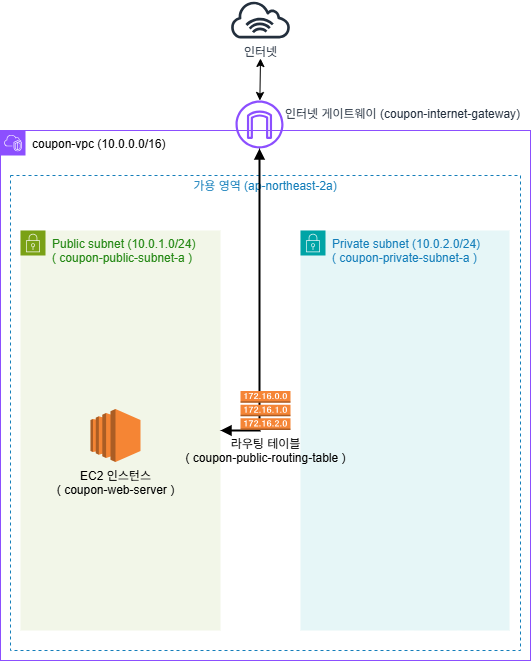
Above: aws-architecture-basic.drawio.png in tngh4037/aws-practice (draw.io), before the change. Source tidied: cells renumbered, new cells last; positions are measured from the earlier drawing's top-left corner, leaving out a move shared by most shapes. The source it was exported from:
```xml
<mxGraphModel>
  <root>
    <mxCell id="0" />
    <mxCell id="1" parent="0" />
    <mxCell id="2" value="&lt;font style=&quot;color: rgb(4, 4, 4);&quot;&gt;coupon-vpc (10.0.0.0/16)&lt;/font&gt;" style="gradientColor=none;html=1;whiteSpace=wrap;fontSize=12;fontStyle=0;shape=mxgraph.aws4.group;grIcon=mxgraph.aws4.group_vpc2;strokeColor=#8C4FFF;fillColor=none;verticalAlign=top;align=left;spacingLeft=30;fontColor=#AAB7B8;dashed=0;" parent="1" vertex="1">
      <mxGeometry y="130" width="530" height="530" as="geometry" />
    </mxCell>
    <mxCell id="3" value="가용 영역 (ap-northeast-2a)" style="fillColor=none;strokeColor=#147EBA;dashed=1;verticalAlign=bottom;fontStyle=0;fontColor=#147EBA;whiteSpace=wrap;html=1;labelPosition=center;verticalLabelPosition=top;align=center;spacingBottom=-20;" parent="2" vertex="1">
      <mxGeometry x="10" y="45" width="510" height="475" as="geometry" />
    </mxCell>
    <mxCell id="4" value="Public subnet (10.0.1.0/24)&lt;div&gt;( coupon-public-subnet-a )&lt;/div&gt;" style="points=[[0,0],[0.25,0],[0.5,0],[0.75,0],[1,0],[1,0.25],[1,0.5],[1,0.75],[1,1],[0.75,1],[0.5,1],[0.25,1],[0,1],[0,0.75],[0,0.5],[0,0.25]];outlineConnect=0;gradientColor=none;html=1;whiteSpace=wrap;fontSize=12;fontStyle=0;shape=mxgraph.aws4.group;grIcon=mxgraph.aws4.group_security_group;grStroke=0;strokeColor=#7AA116;fillColor=#F2F6E8;verticalAlign=top;align=left;spacingLeft=30;fontColor=#248814;dashed=0;" parent="2" vertex="1">
      <mxGeometry x="20" y="100" width="200" height="400" as="geometry" />
    </mxCell>
    <mxCell id="5" value="EC2 인스턴스&lt;div&gt;( coupon-web-server )&lt;/div&gt;" style="outlineConnect=0;dashed=0;verticalLabelPosition=bottom;verticalAlign=top;align=center;html=1;shape=mxgraph.aws3.ec2;fillColor=#F58534;gradientColor=none;" parent="4" vertex="1">
      <mxGeometry x="70" y="178.5" width="50" height="53" as="geometry" />
    </mxCell>
    <mxCell id="6" value="인터넷 게이트웨이 (coupon-internet-gateway)" style="sketch=0;outlineConnect=0;fontColor=#232F3E;gradientColor=none;fillColor=#8C4FFF;strokeColor=none;dashed=0;verticalLabelPosition=top;verticalAlign=bottom;align=left;html=1;fontSize=12;fontStyle=0;shape=mxgraph.aws4.internet_gateway;labelPosition=right;spacingRight=0;spacing=2;spacingBottom=-23;" parent="2" vertex="1">
      <mxGeometry x="235" y="-30" width="48" height="48" as="geometry" />
    </mxCell>
    <mxCell id="7" style="html=1;labelBackgroundColor=#ffffff;jettySize=auto;fontSize=14;rounded=0;jumpStyle=gap;edgeStyle=orthogonalEdgeStyle;startArrow=block;endArrow=block;strokeWidth=2;startFill=1;endFill=1;exitX=1;exitY=0.5;exitDx=0;exitDy=0;" parent="2" edge="1" source="4" target="6">
      <mxGeometry relative="1" as="geometry" />
    </mxCell>
    <mxCell id="8" value="Private subnet (10.0.2.0/24)&lt;br&gt;( coupon-private-subnet-a )" style="gradientColor=none;html=1;whiteSpace=wrap;fontSize=12;fontStyle=0;shape=mxgraph.aws4.group;grIcon=mxgraph.aws4.group_security_group;grStroke=0;strokeColor=#00A4A6;fillColor=#E6F6F7;verticalAlign=top;align=left;spacingLeft=30;fontColor=#147EBA;dashed=0;" parent="2" vertex="1">
      <mxGeometry x="300" y="100" width="209" height="400" as="geometry" />
    </mxCell>
    <mxCell id="9" value="라우팅 테이블&lt;br&gt;( coupon-public-routing-table )" style="outlineConnect=0;dashed=0;verticalLabelPosition=bottom;verticalAlign=top;align=center;html=1;shape=mxgraph.aws3.route_table;fillColor=#F58536;gradientColor=none;" parent="2" vertex="1">
      <mxGeometry x="240" y="260.5" width="50" height="39" as="geometry" />
    </mxCell>
    <mxCell id="10" value="인터넷" style="sketch=0;outlineConnect=0;fontColor=#232F3E;gradientColor=none;fillColor=#232F3D;strokeColor=none;dashed=0;verticalLabelPosition=bottom;verticalAlign=top;align=center;html=1;fontSize=12;fontStyle=0;shape=mxgraph.aws4.internet_alt1;" parent="1" vertex="1">
      <mxGeometry x="229.1" width="61.8" height="38" as="geometry" />
    </mxCell>
    <mxCell id="11" style="endArrow=classic;startArrow=classic;html=1;rounded=0;" parent="1" edge="1" source="6">
      <mxGeometry relative="1" as="geometry">
        <mxPoint x="260" y="58" as="targetPoint" />
      </mxGeometry>
    </mxCell>
  </root>
</mxGraphModel>
```
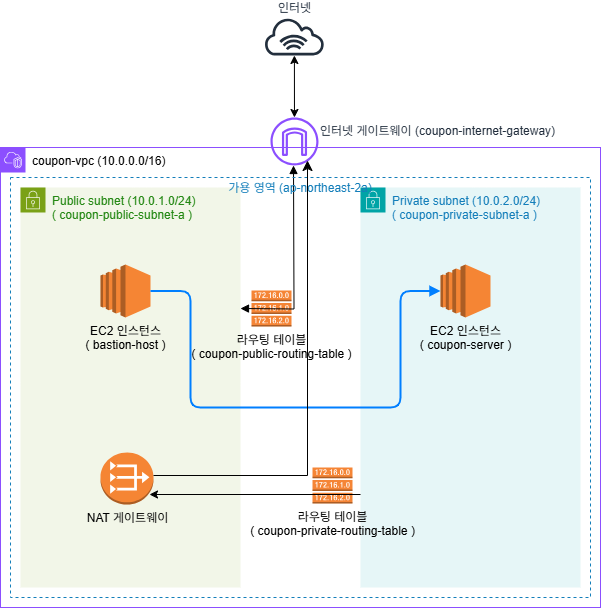
Later version of the same file.

Change to the diagram source:
```diff
@@ -3,36 +3,77 @@
     <mxCell id="0" />
     <mxCell id="1" parent="0" />
     <mxCell id="2" value="&lt;font style=&quot;color: rgb(4, 4, 4);&quot;&gt;coupon-vpc (10.0.0.0/16)&lt;/font&gt;" style="gradientColor=none;html=1;whiteSpace=wrap;fontSize=12;fontStyle=0;shape=mxgraph.aws4.group;grIcon=mxgraph.aws4.group_vpc2;strokeColor=#8C4FFF;fillColor=none;verticalAlign=top;align=left;spacingLeft=30;fontColor=#AAB7B8;dashed=0;" parent="1" vertex="1">
-      <mxGeometry y="130" width="530" height="530" as="geometry" />
+      <mxGeometry x="-29" y="130" width="600" height="460" as="geometry" />
     </mxCell>
-    <mxCell id="3" value="가용 영역 (ap-northeast-2a)" style="fillColor=none;strokeColor=#147EBA;dashed=1;verticalAlign=bottom;fontStyle=0;fontColor=#147EBA;whiteSpace=wrap;html=1;labelPosition=center;verticalLabelPosition=top;align=center;spacingBottom=-20;" parent="2" vertex="1">
-      <mxGeometry x="10" y="45" width="510" height="475" as="geometry" />
-    </mxCell>
     <mxCell id="4" value="Public subnet (10.0.1.0/24)&lt;div&gt;( coupon-public-subnet-a )&lt;/div&gt;" style="points=[[0,0],[0.25,0],[0.5,0],[0.75,0],[1,0],[1,0.25],[1,0.5],[1,0.75],[1,1],[0.75,1],[0.5,1],[0.25,1],[0,1],[0,0.75],[0,0.5],[0,0.25]];outlineConnect=0;gradientColor=none;html=1;whiteSpace=wrap;fontSize=12;fontStyle=0;shape=mxgraph.aws4.group;grIcon=mxgraph.aws4.group_security_group;grStroke=0;strokeColor=#7AA116;fillColor=#F2F6E8;verticalAlign=top;align=left;spacingLeft=30;fontColor=#248814;dashed=0;" parent="2" vertex="1">
-      <mxGeometry x="20" y="100" width="200" height="400" as="geometry" />
+      <mxGeometry x="20" y="40" width="220" height="400" as="geometry" />
     </mxCell>
+    <mxCell id="12" value="NAT 게이트웨이" style="dashed=0;verticalLabelPosition=bottom;verticalAlign=top;align=center;html=1;shape=mxgraph.aws3.vpc_nat_gateway;fillColor=#F58534;gradientColor=none;" parent="4" vertex="1">
+      <mxGeometry x="80" y="265" width="53" height="52" as="geometry" />
+    </mxCell>
-    <mxCell id="5" value="EC2 인스턴스&lt;div&gt;( coupon-web-server )&lt;/div&gt;" style="outlineConnect=0;dashed=0;verticalLabelPosition=bottom;verticalAlign=top;align=center;html=1;shape=mxgraph.aws3.ec2;fillColor=#F58534;gradientColor=none;" parent="4" vertex="1">
-      <mxGeometry x="70" y="178.5" width="50" height="53" as="geometry" />
+    <mxCell id="5" value="EC2 인스턴스&lt;div&gt;( bastion-host )&lt;/div&gt;" style="outlineConnect=0;dashed=0;verticalLabelPosition=bottom;verticalAlign=top;align=center;html=1;shape=mxgraph.aws3.ec2;fillColor=#F58534;gradientColor=none;" parent="4" vertex="1">
+      <mxGeometry x="80" y="77" width="50" height="53" as="geometry" />
     </mxCell>
-    <mxCell id="6" value="인터넷 게이트웨이 (coupon-internet-gateway)" style="sketch=0;outlineConnect=0;fontColor=#232F3E;gradientColor=none;fillColor=#8C4FFF;strokeColor=none;dashed=0;verticalLabelPosition=top;verticalAlign=bottom;align=left;html=1;fontSize=12;fontStyle=0;shape=mxgraph.aws4.internet_gateway;labelPosition=right;spacingRight=0;spacing=2;spacingBottom=-23;" parent="2" vertex="1">
-      <mxGeometry x="235" y="-30" width="48" height="48" as="geometry" />
-    </mxCell>
-    <mxCell id="7" style="html=1;labelBackgroundColor=#ffffff;jettySize=auto;fontSize=14;rounded=0;jumpStyle=gap;edgeStyle=orthogonalEdgeStyle;startArrow=block;endArrow=block;strokeWidth=2;startFill=1;endFill=1;exitX=1;exitY=0.5;exitDx=0;exitDy=0;" parent="2" edge="1" source="4" target="6">
-      <mxGeometry relative="1" as="geometry" />
-    </mxCell>
     <mxCell id="8" value="Private subnet (10.0.2.0/24)&lt;br&gt;( coupon-private-subnet-a )" style="gradientColor=none;html=1;whiteSpace=wrap;fontSize=12;fontStyle=0;shape=mxgraph.aws4.group;grIcon=mxgraph.aws4.group_security_group;grStroke=0;strokeColor=#00A4A6;fillColor=#E6F6F7;verticalAlign=top;align=left;spacingLeft=30;fontColor=#147EBA;dashed=0;" parent="2" vertex="1">
-      <mxGeometry x="300" y="100" width="209" height="400" as="geometry" />
+      <mxGeometry x="360" y="40" width="220" height="400" as="geometry" />
     </mxCell>
     <mxCell id="9" value="라우팅 테이블&lt;br&gt;( coupon-public-routing-table )" style="outlineConnect=0;dashed=0;verticalLabelPosition=bottom;verticalAlign=top;align=center;html=1;shape=mxgraph.aws3.route_table;fillColor=#F58536;gradientColor=none;" parent="2" vertex="1">
-      <mxGeometry x="240" y="260.5" width="50" height="39" as="geometry" />
+      <mxGeometry x="251" y="143" width="40" height="36" as="geometry" />
     </mxCell>
+    <mxCell id="13" value="EC2 인스턴스&lt;div&gt;( coupon-server )&lt;/div&gt;" style="outlineConnect=0;dashed=0;verticalLabelPosition=bottom;verticalAlign=top;align=center;html=1;shape=mxgraph.aws3.ec2;fillColor=#F58534;gradientColor=none;" parent="2" vertex="1">
+      <mxGeometry x="440" y="117" width="50" height="53" as="geometry" />
+    </mxCell>
+    <mxCell id="14" style="html=1;labelBackgroundColor=#ffffff;jettySize=auto;fontSize=14;rounded=1;jumpStyle=gap;edgeStyle=orthogonalEdgeStyle;startArrow=none;endArrow=block;strokeWidth=2;endFill=1;exitX=1;exitY=0.5;exitDx=0;exitDy=0;exitPerimeter=0;entryX=0;entryY=0.5;entryDx=0;entryDy=0;entryPerimeter=0;curved=0;strokeColor=#007FFF;" parent="2" edge="1" source="5" target="13">
+      <mxGeometry relative="1" as="geometry">
+        <Array as="points">
+          <mxPoint x="190" y="144" />
+          <mxPoint x="190" y="260" />
+          <mxPoint x="400" y="260" />
+          <mxPoint x="400" y="144" />
+        </Array>
+      </mxGeometry>
+    </mxCell>
+    <mxCell id="15" value="라우팅 테이블&lt;br&gt;( coupon-private-routing-table )" style="dashed=0;verticalLabelPosition=bottom;verticalAlign=top;align=center;html=1;shape=mxgraph.aws3.route_table;fillColor=#F58536;gradientColor=none;" parent="2" vertex="1">
+      <mxGeometry x="312" y="320" width="40" height="36" as="geometry" />
+    </mxCell>
+    <mxCell id="6" value="인터넷 게이트웨이 (coupon-internet-gateway)" style="sketch=0;outlineConnect=0;fontColor=#232F3E;gradientColor=none;fillColor=#8C4FFF;strokeColor=none;dashed=0;verticalLabelPosition=top;verticalAlign=bottom;align=left;html=1;fontSize=12;fontStyle=0;shape=mxgraph.aws4.internet_gateway;labelPosition=right;spacingRight=0;spacing=2;spacingBottom=-23;" parent="2" vertex="1">
+      <mxGeometry x="270" y="-30" width="48" height="48" as="geometry" />
+    </mxCell>
+    <mxCell id="16" style="html=1;labelBackgroundColor=#ffffff;jettySize=auto;orthogonalLoop=1;fontSize=11;rounded=0;jumpStyle=gap;edgeStyle=orthogonalEdgeStyle;startArrow=block;endArrow=block;strokeWidth=1;startFill=1;endFill=1;" parent="2" edge="1">
+      <mxGeometry relative="1" as="geometry">
+        <mxPoint x="240" y="161" as="sourcePoint" />
+        <mxPoint x="293" y="18" as="targetPoint" />
+      </mxGeometry>
+    </mxCell>
+    <mxCell id="17" style="edgeStyle=elbowEdgeStyle;rounded=0;orthogonalLoop=1;jettySize=auto;html=1;exitX=0.5;exitY=0;exitDx=0;exitDy=0;exitPerimeter=0;" parent="2" edge="1" source="9" target="9">
+      <mxGeometry relative="1" as="geometry" />
+    </mxCell>
+    <mxCell id="18" style="edgeStyle=elbowEdgeStyle;rounded=0;orthogonalLoop=1;jettySize=auto;html=1;exitX=0.5;exitY=1;exitDx=0;exitDy=0;exitPerimeter=0;" parent="2" edge="1" source="9" target="9">
+      <mxGeometry relative="1" as="geometry" />
+    </mxCell>
+    <mxCell id="19" style="endArrow=classic;html=1;rounded=0;" parent="2" edge="1">
+      <mxGeometry relative="1" as="geometry">
+        <mxPoint x="360" y="347" as="sourcePoint" />
+        <mxPoint x="149" y="347" as="targetPoint" />
+      </mxGeometry>
+    </mxCell>
+    <mxCell id="3" value="가용 영역 (ap-northeast-2a)" style="fillColor=none;strokeColor=#147EBA;dashed=1;verticalAlign=bottom;fontStyle=0;fontColor=#147EBA;whiteSpace=wrap;html=1;labelPosition=center;verticalLabelPosition=top;align=center;spacingBottom=-20;" parent="2" vertex="1">
+      <mxGeometry x="10" y="30" width="580" height="420" as="geometry" />
+    </mxCell>
-    <mxCell id="10" value="인터넷" style="sketch=0;outlineConnect=0;fontColor=#232F3E;gradientColor=none;fillColor=#232F3D;strokeColor=none;dashed=0;verticalLabelPosition=bottom;verticalAlign=top;align=center;html=1;fontSize=12;fontStyle=0;shape=mxgraph.aws4.internet_alt1;" parent="1" vertex="1">
-      <mxGeometry x="229.1" width="61.8" height="38" as="geometry" />
+    <mxCell id="10" value="인터넷" style="sketch=0;outlineConnect=0;fontColor=#232F3E;gradientColor=none;fillColor=#232F3D;strokeColor=none;dashed=0;verticalLabelPosition=top;verticalAlign=bottom;align=center;html=1;fontSize=12;fontStyle=0;shape=mxgraph.aws4.internet_alt1;labelPosition=center;" parent="1" vertex="1">
+      <mxGeometry x="234" width="61.8" height="38" as="geometry" />
     </mxCell>
-    <mxCell id="11" style="endArrow=classic;startArrow=classic;html=1;rounded=0;" parent="1" edge="1" source="6">
-      <mxGeometry relative="1" as="geometry">
-        <mxPoint x="260" y="58" as="targetPoint" />
-      </mxGeometry>
+    <mxCell id="11" style="endArrow=classic;startArrow=classic;html=1;rounded=0;" parent="1" edge="1" source="6" target="10">
+      <mxGeometry relative="1" as="geometry" />
     </mxCell>
+    <mxCell id="20" style="edgeStyle=segmentEdgeStyle;endArrow=classic;html=1;curved=0;rounded=0;endSize=8;startSize=8;" parent="1" edge="1">
+      <mxGeometry relative="1" as="geometry">
+        <mxPoint x="124" y="458" as="sourcePoint" />
+        <mxPoint x="278" y="143" as="targetPoint" />
+        <Array as="points">
+          <mxPoint x="278" y="458" />
+        </Array>
+      </mxGeometry>
+    </mxCell>
   </root>
 </mxGraphModel>
```
